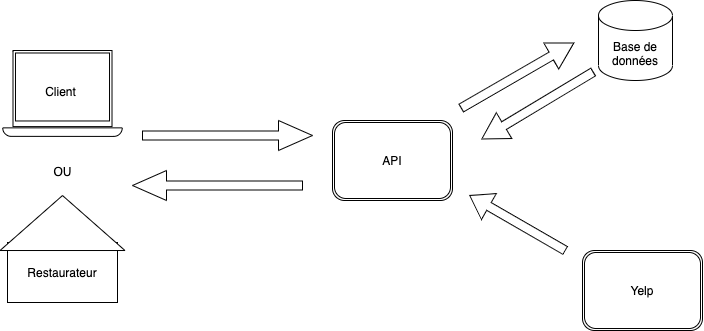
Earlier version of the draw.io export diagrammes/diagramme_architecture.png (TheAIWizard/Ensaeats). Source tidied: cells renumbered, new cells last; positions are measured from the earlier drawing's top-left corner, leaving out a move shared by most shapes.
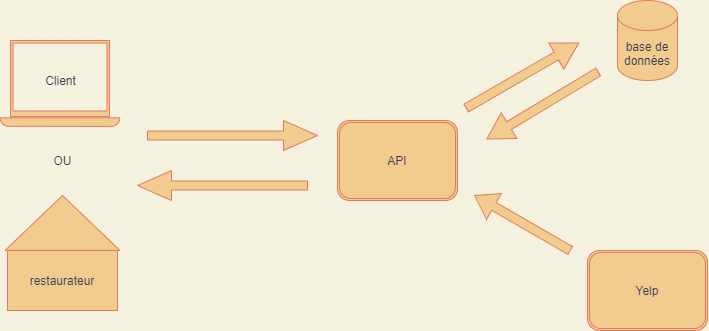
Above is the later version.

What changed in the source:
```diff
@@ -1,45 +1,45 @@
-<mxGraphModel background="#ffffff">
+<mxGraphModel background="#F4F1DE">
   <root>
     <mxCell id="0" />
     <mxCell id="1" parent="0" />
-    <mxCell id="2" value="Restaurateur" style="rounded=0;whiteSpace=wrap;html=1;" parent="1" vertex="1">
-      <mxGeometry x="5" y="242" width="110" height="60" as="geometry" />
+    <mxCell id="2" value="restaurateur" style="rounded=0;whiteSpace=wrap;html=1;fillColor=#F2CC8F;strokeColor=#E07A5F;fontColor=#393C56;" parent="1" vertex="1">
+      <mxGeometry y="250" width="110" height="60" as="geometry" />
     </mxCell>
-    <mxCell id="3" style="triangle;whiteSpace=wrap;html=1;rotation=-90;" parent="1" vertex="1">
-      <mxGeometry x="32.5" y="160" width="55" height="125" as="geometry" />
+    <mxCell id="3" style="triangle;whiteSpace=wrap;html=1;rotation=-90;fillColor=#F2CC8F;strokeColor=#E07A5F;fontColor=#393C56;" parent="1" vertex="1">
+      <mxGeometry x="27.5" y="165" width="55" height="115" as="geometry" />
     </mxCell>
-    <mxCell id="4" value="&lt;font color=&quot;#000000&quot;&gt;OU&lt;/font&gt;" style="text;html=1;align=center;verticalAlign=middle;strokeColor=none;" parent="1" vertex="1">
-      <mxGeometry x="46" y="162" width="28" height="17" as="geometry" />
+    <mxCell id="4" value="OU" style="text;html=1;align=center;verticalAlign=middle;strokeColor=none;fontColor=#393C56;" parent="1" vertex="1">
+      <mxGeometry x="40" y="150" width="30" height="20" as="geometry" />
     </mxCell>
-    <mxCell id="5" value="Base de données" style="shape=cylinder3;whiteSpace=wrap;html=1;boundedLbl=1;backgroundOutline=1;size=15;" parent="1" vertex="1">
-      <mxGeometry x="596" width="74" height="80" as="geometry" />
+    <mxCell id="5" value="base de données" style="shape=cylinder3;whiteSpace=wrap;html=1;boundedLbl=1;backgroundOutline=1;size=15;fillColor=#F2CC8F;strokeColor=#E07A5F;fontColor=#393C56;" parent="1" vertex="1">
+      <mxGeometry x="610" width="60" height="80" as="geometry" />
     </mxCell>
-    <mxCell id="6" value="API" style="shape=ext;double=1;rounded=1;whiteSpace=wrap;html=1;" parent="1" vertex="1">
+    <mxCell id="6" value="API" style="shape=ext;double=1;rounded=1;whiteSpace=wrap;html=1;fillColor=#F2CC8F;strokeColor=#E07A5F;fontColor=#393C56;" parent="1" vertex="1">
       <mxGeometry x="330" y="120" width="120" height="80" as="geometry" />
     </mxCell>
-    <mxCell id="7" value="Yelp" style="shape=ext;double=1;rounded=1;whiteSpace=wrap;html=1;" parent="1" vertex="1">
+    <mxCell id="7" value="Yelp" style="shape=ext;double=1;rounded=1;whiteSpace=wrap;html=1;fillColor=#F2CC8F;strokeColor=#E07A5F;fontColor=#393C56;" parent="1" vertex="1">
       <mxGeometry x="580" y="250" width="120" height="80" as="geometry" />
     </mxCell>
-    <mxCell id="8" style="shape=singleArrow;whiteSpace=wrap;html=1;" parent="1" vertex="1">
+    <mxCell id="8" style="shape=singleArrow;whiteSpace=wrap;html=1;fillColor=#F2CC8F;strokeColor=#E07A5F;fontColor=#393C56;" parent="1" vertex="1">
       <mxGeometry x="140" y="120" width="170" height="30" as="geometry" />
     </mxCell>
-    <mxCell id="9" style="shape=singleArrow;whiteSpace=wrap;html=1;rotation=-180;" parent="1" vertex="1">
+    <mxCell id="9" style="shape=singleArrow;whiteSpace=wrap;html=1;rotation=-180;fillColor=#F2CC8F;strokeColor=#E07A5F;fontColor=#393C56;" parent="1" vertex="1">
       <mxGeometry x="130" y="170" width="170" height="30" as="geometry" />
     </mxCell>
-    <mxCell id="10" style="shape=singleArrow;whiteSpace=wrap;html=1;rotation=-30;" parent="1" vertex="1">
+    <mxCell id="10" style="shape=singleArrow;whiteSpace=wrap;html=1;rotation=-30;fillColor=#F2CC8F;strokeColor=#E07A5F;fontColor=#393C56;" parent="1" vertex="1">
       <mxGeometry x="450" y="60" width="130" height="30" as="geometry" />
     </mxCell>
-    <mxCell id="11" style="shape=singleArrow;whiteSpace=wrap;html=1;rotation=-211;" parent="1" vertex="1">
+    <mxCell id="11" style="shape=singleArrow;whiteSpace=wrap;html=1;rotation=-211;fillColor=#F2CC8F;strokeColor=#E07A5F;fontColor=#393C56;" parent="1" vertex="1">
       <mxGeometry x="470" y="90" width="130" height="30" as="geometry" />
     </mxCell>
-    <mxCell id="12" style="shape=singleArrow;whiteSpace=wrap;html=1;rotation=-150;" parent="1" vertex="1">
+    <mxCell id="12" style="shape=singleArrow;whiteSpace=wrap;html=1;rotation=-150;fillColor=#F2CC8F;strokeColor=#E07A5F;fontColor=#393C56;" parent="1" vertex="1">
       <mxGeometry x="460" y="207.5" width="110" height="30" as="geometry" />
     </mxCell>
-    <mxCell id="13" style="shadow=0;dashed=0;html=1;labelPosition=center;verticalLabelPosition=bottom;verticalAlign=top;align=center;shape=mxgraph.vvd.laptop;rounded=0;sketch=0;" parent="1" vertex="1">
-      <mxGeometry x="0.3" y="50" width="119.5" height="86" as="geometry" />
+    <mxCell id="13" style="shadow=0;dashed=0;html=1;strokeColor=#E07A5F;fillColor=#F2CC8F;labelPosition=center;verticalLabelPosition=bottom;verticalAlign=top;align=center;shape=mxgraph.vvd.laptop;rounded=0;sketch=0;fontColor=#393C56;" parent="1" vertex="1">
+      <mxGeometry x="-7.2" y="40" width="119.5" height="86" as="geometry" />
     </mxCell>
-    <mxCell id="14" value="&lt;font color=&quot;#000000&quot;&gt;Client&lt;/font&gt;" style="text;html=1;align=center;verticalAlign=middle;" parent="1" vertex="1">
-      <mxGeometry x="37.5" y="82" width="41" height="17" as="geometry" />
+    <mxCell id="14" value="Client" style="text;html=1;align=center;verticalAlign=middle;strokeColor=none;fontColor=#393C56;" parent="1" vertex="1">
+      <mxGeometry x="27.5" y="70" width="50" height="20" as="geometry" />
     </mxCell>
   </root>
 </mxGraphModel>
```
